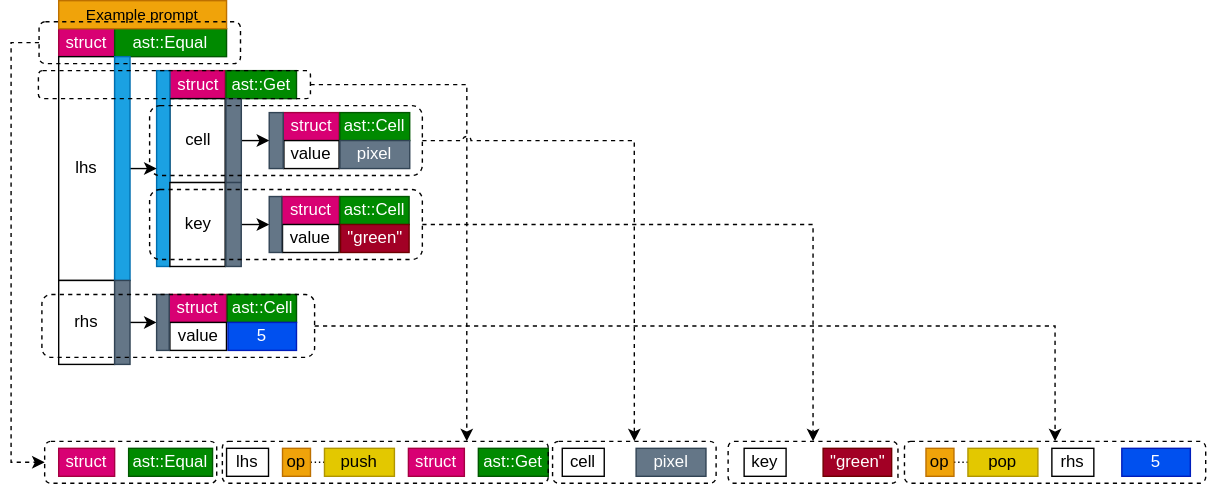
hun-nemethpeter/InfoCell keeps this draw.io diagram as doc/diagrams/RequestExampleSerialized.svg. Above is the earlier version. Source tidied: cells renumbered, new cells last; positions are measured from the earlier drawing's top-left corner, leaving out a move shared by most shapes.
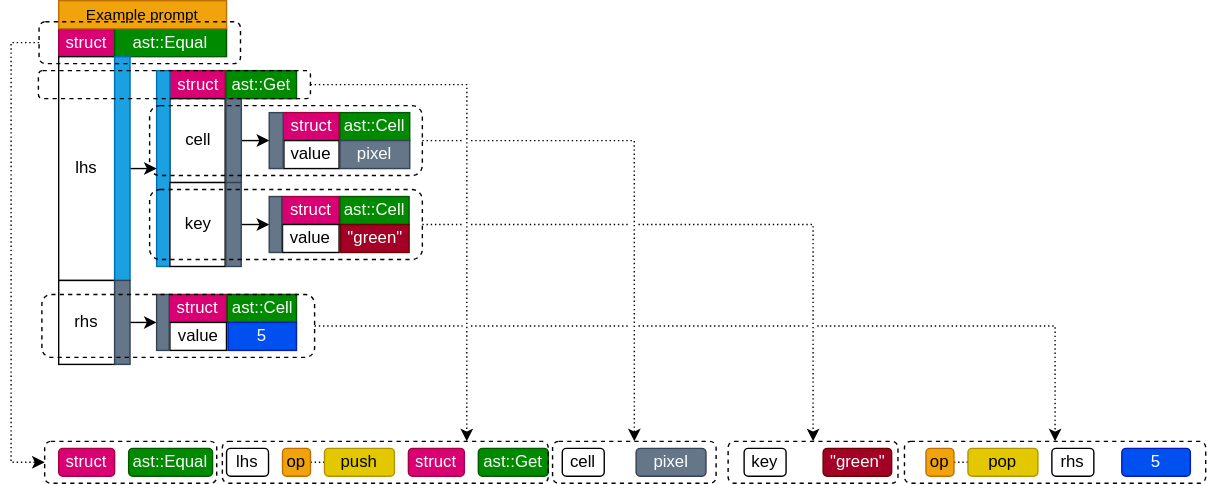
Later version of the same file.

What changed in the source:
```diff
@@ -101,58 +101,58 @@
     <mxCell id="34" style="rounded=0;whiteSpace=wrap;html=1;fontFamily=Helvetica;fontSize=11;fontColor=#ffffff;fillColor=#647687;strokeColor=#314354;" parent="1" vertex="1">
       <mxGeometry x="84" y="210" width="9" height="40" as="geometry" />
     </mxCell>
-    <mxCell id="35" value="struct" style="rounded=0;whiteSpace=wrap;html=1;fillColor=#d80073;fontColor=#ffffff;strokeColor=#A50040;" parent="1" vertex="1">
+    <mxCell id="35" value="struct" style="rounded=1;whiteSpace=wrap;html=1;fillColor=#d80073;fontColor=#ffffff;strokeColor=#A50040;" parent="1" vertex="1">
       <mxGeometry x="14" y="320" width="40" height="20" as="geometry" />
     </mxCell>
-    <mxCell id="36" value="ast::Equal" style="rounded=0;whiteSpace=wrap;html=1;fillColor=#008a00;fontColor=#ffffff;strokeColor=#005700;" parent="1" vertex="1">
+    <mxCell id="36" value="ast::Equal" style="rounded=1;whiteSpace=wrap;html=1;fillColor=#008a00;fontColor=#ffffff;strokeColor=#005700;" parent="1" vertex="1">
       <mxGeometry x="64" y="320" width="60" height="20" as="geometry" />
     </mxCell>
-    <mxCell id="37" value="cell" style="rounded=0;whiteSpace=wrap;html=1;" parent="1" vertex="1">
+    <mxCell id="37" value="cell" style="rounded=1;whiteSpace=wrap;html=1;" parent="1" vertex="1">
       <mxGeometry x="374" y="320" width="30" height="20" as="geometry" />
     </mxCell>
-    <mxCell id="38" value="key" style="rounded=0;whiteSpace=wrap;html=1;" parent="1" vertex="1">
+    <mxCell id="38" value="key" style="rounded=1;whiteSpace=wrap;html=1;" parent="1" vertex="1">
       <mxGeometry x="504" y="320" width="30" height="20" as="geometry" />
     </mxCell>
     <mxCell id="39" style="edgeStyle=orthogonalEdgeStyle;rounded=0;jettySize=auto;html=1;exitX=1;exitY=0.5;exitDx=0;exitDy=0;entryX=0;entryY=0.5;entryDx=0;entryDy=0;endArrow=none;endFill=0;dashed=1;dashPattern=1 2;" parent="1" edge="1" source="40" target="41">
       <mxGeometry relative="1" as="geometry" />
     </mxCell>
-    <mxCell id="40" value="op" style="rounded=0;whiteSpace=wrap;html=1;fillColor=#f0a30a;fontColor=#000000;strokeColor=#BD7000;" parent="1" vertex="1">
+    <mxCell id="40" value="op" style="rounded=1;whiteSpace=wrap;html=1;fillColor=#f0a30a;fontColor=#000000;strokeColor=#BD7000;" parent="1" vertex="1">
       <mxGeometry x="634" y="320" width="20" height="20" as="geometry" />
     </mxCell>
-    <mxCell id="41" value="pop" style="rounded=0;whiteSpace=wrap;html=1;fillColor=#e3c800;fontColor=#000000;strokeColor=#B09500;" parent="1" vertex="1">
+    <mxCell id="41" value="pop" style="rounded=1;whiteSpace=wrap;html=1;fillColor=#e3c800;fontColor=#000000;strokeColor=#B09500;" parent="1" vertex="1">
       <mxGeometry x="664" y="320" width="50" height="20" as="geometry" />
     </mxCell>
-    <mxCell id="42" value="rhs" style="rounded=0;whiteSpace=wrap;html=1;" parent="1" vertex="1">
+    <mxCell id="42" value="rhs" style="rounded=1;whiteSpace=wrap;html=1;" parent="1" vertex="1">
       <mxGeometry x="724" y="320" width="30" height="20" as="geometry" />
     </mxCell>
-    <mxCell id="43" value="struct" style="rounded=0;whiteSpace=wrap;html=1;fillColor=#d80073;fontColor=#ffffff;strokeColor=#A50040;" parent="1" vertex="1">
+    <mxCell id="43" value="struct" style="rounded=1;whiteSpace=wrap;html=1;fillColor=#d80073;fontColor=#ffffff;strokeColor=#A50040;" parent="1" vertex="1">
       <mxGeometry x="264" y="320" width="40" height="20" as="geometry" />
     </mxCell>
-    <mxCell id="44" value="ast::Get" style="rounded=0;whiteSpace=wrap;html=1;fillColor=#008a00;fontColor=#ffffff;strokeColor=#005700;" parent="1" vertex="1">
+    <mxCell id="44" value="ast::Get" style="rounded=1;whiteSpace=wrap;html=1;fillColor=#008a00;fontColor=#ffffff;strokeColor=#005700;" parent="1" vertex="1">
       <mxGeometry x="314" y="320" width="50" height="20" as="geometry" />
     </mxCell>
-    <mxCell id="45" value="lhs" style="rounded=0;whiteSpace=wrap;html=1;" parent="1" vertex="1">
+    <mxCell id="45" value="lhs" style="rounded=1;whiteSpace=wrap;html=1;" parent="1" vertex="1">
       <mxGeometry x="134" y="320" width="30" height="20" as="geometry" />
     </mxCell>
     <mxCell id="46" style="edgeStyle=orthogonalEdgeStyle;rounded=0;jettySize=auto;html=1;exitX=1;exitY=0.5;exitDx=0;exitDy=0;entryX=0;entryY=0.5;entryDx=0;entryDy=0;endArrow=none;endFill=0;dashed=1;dashPattern=1 2;" parent="1" edge="1" source="47" target="48">
       <mxGeometry relative="1" as="geometry" />
     </mxCell>
-    <mxCell id="47" value="op" style="rounded=0;whiteSpace=wrap;html=1;fillColor=#f0a30a;fontColor=#000000;strokeColor=#BD7000;" parent="1" vertex="1">
+    <mxCell id="47" value="op" style="rounded=1;whiteSpace=wrap;html=1;fillColor=#f0a30a;fontColor=#000000;strokeColor=#BD7000;" parent="1" vertex="1">
       <mxGeometry x="174" y="320" width="20" height="20" as="geometry" />
     </mxCell>
-    <mxCell id="48" value="push" style="rounded=0;whiteSpace=wrap;html=1;fillColor=#e3c800;fontColor=#000000;strokeColor=#B09500;" parent="1" vertex="1">
+    <mxCell id="48" value="push" style="rounded=1;whiteSpace=wrap;html=1;fillColor=#e3c800;fontColor=#000000;strokeColor=#B09500;" parent="1" vertex="1">
       <mxGeometry x="204" y="320" width="50" height="20" as="geometry" />
     </mxCell>
-    <mxCell id="49" value="pixel" style="rounded=0;whiteSpace=wrap;html=1;fillColor=#647687;fontColor=#ffffff;strokeColor=#314354;" parent="1" vertex="1">
+    <mxCell id="49" value="pixel" style="rounded=1;whiteSpace=wrap;html=1;fillColor=#647687;fontColor=#ffffff;strokeColor=#314354;" parent="1" vertex="1">
       <mxGeometry x="426.8" y="320" width="49.9" height="20" as="geometry" />
     </mxCell>
-    <mxCell id="50" value="&quot;green&quot;" style="rounded=0;whiteSpace=wrap;html=1;fillColor=#a20025;fontColor=#ffffff;strokeColor=#6F0000;" parent="1" vertex="1">
+    <mxCell id="50" value="&quot;green&quot;" style="rounded=1;whiteSpace=wrap;html=1;fillColor=#a20025;fontColor=#ffffff;strokeColor=#6F0000;" parent="1" vertex="1">
       <mxGeometry x="560.5" y="320" width="49" height="20" as="geometry" />
     </mxCell>
-    <mxCell id="51" value="5" style="rounded=0;whiteSpace=wrap;html=1;fillColor=#0050ef;fontColor=#ffffff;strokeColor=#001DBC;" parent="1" vertex="1">
+    <mxCell id="51" value="5" style="rounded=1;whiteSpace=wrap;html=1;fillColor=#0050ef;fontColor=#ffffff;strokeColor=#001DBC;" parent="1" vertex="1">
       <mxGeometry x="774" y="320" width="49" height="20" as="geometry" />
     </mxCell>
-    <mxCell id="52" style="edgeStyle=orthogonalEdgeStyle;rounded=0;jettySize=auto;html=1;exitX=0;exitY=0.5;exitDx=0;exitDy=0;entryX=0;entryY=0.5;entryDx=0;entryDy=0;dashed=1;" parent="1" edge="1" source="53" target="54">
+    <mxCell id="52" style="edgeStyle=orthogonalEdgeStyle;rounded=0;jettySize=auto;html=1;exitX=0;exitY=0.5;exitDx=0;exitDy=0;entryX=0;entryY=0.5;entryDx=0;entryDy=0;dashed=1;dashPattern=1 2;" parent="1" edge="1" source="53" target="54">
       <mxGeometry relative="1" as="geometry" />
     </mxCell>
     <mxCell id="53" style="rounded=1;whiteSpace=wrap;html=1;fillColor=none;dashed=1;" parent="1" vertex="1">
@@ -161,7 +161,7 @@
     <mxCell id="54" style="rounded=1;whiteSpace=wrap;html=1;fillColor=none;dashed=1;" parent="1" vertex="1">
       <mxGeometry x="4" y="315" width="123" height="30" as="geometry" />
     </mxCell>
-    <mxCell id="55" style="edgeStyle=orthogonalEdgeStyle;rounded=0;jettySize=auto;html=1;exitX=1;exitY=0.5;exitDx=0;exitDy=0;entryX=0.75;entryY=0;entryDx=0;entryDy=0;dashed=1;" parent="1" edge="1" source="56" target="57">
+    <mxCell id="55" style="edgeStyle=orthogonalEdgeStyle;rounded=0;jettySize=auto;html=1;exitX=1;exitY=0.5;exitDx=0;exitDy=0;entryX=0.75;entryY=0;entryDx=0;entryDy=0;dashed=1;jumpStyle=gap;dashPattern=1 2;" parent="1" edge="1" source="56" target="57">
       <mxGeometry relative="1" as="geometry" />
     </mxCell>
     <mxCell id="56" style="rounded=1;whiteSpace=wrap;html=1;fillColor=none;dashed=1;" parent="1" vertex="1">
@@ -170,7 +170,7 @@
     <mxCell id="57" style="rounded=1;whiteSpace=wrap;html=1;fillColor=none;dashed=1;" parent="1" vertex="1">
       <mxGeometry x="131" y="315" width="233" height="30" as="geometry" />
     </mxCell>
-    <mxCell id="58" style="edgeStyle=orthogonalEdgeStyle;rounded=0;jettySize=auto;html=1;exitX=1;exitY=0.5;exitDx=0;exitDy=0;entryX=0.5;entryY=0;entryDx=0;entryDy=0;dashed=1;jumpStyle=arc;" parent="1" edge="1" source="59" target="60">
+    <mxCell id="58" style="edgeStyle=orthogonalEdgeStyle;rounded=0;jettySize=auto;html=1;exitX=1;exitY=0.5;exitDx=0;exitDy=0;entryX=0.5;entryY=0;entryDx=0;entryDy=0;dashed=1;jumpStyle=gap;dashPattern=1 2;" parent="1" edge="1" source="59" target="60">
       <mxGeometry relative="1" as="geometry" />
     </mxCell>
     <mxCell id="59" style="rounded=1;whiteSpace=wrap;html=1;fillColor=none;dashed=1;" parent="1" vertex="1">
@@ -179,13 +179,13 @@
     <mxCell id="60" style="rounded=1;whiteSpace=wrap;html=1;fillColor=none;dashed=1;" parent="1" vertex="1">
       <mxGeometry x="367.1" y="315" width="116.9" height="30" as="geometry" />
     </mxCell>
-    <mxCell id="61" style="edgeStyle=orthogonalEdgeStyle;rounded=0;jettySize=auto;html=1;exitX=1;exitY=0.5;exitDx=0;exitDy=0;dashed=1;" parent="1" edge="1" source="62" target="65">
+    <mxCell id="61" style="edgeStyle=orthogonalEdgeStyle;rounded=0;jettySize=auto;html=1;exitX=1;exitY=0.5;exitDx=0;exitDy=0;dashed=1;jumpStyle=gap;dashPattern=1 2;" parent="1" edge="1" source="62" target="65">
       <mxGeometry relative="1" as="geometry" />
     </mxCell>
     <mxCell id="62" style="rounded=1;whiteSpace=wrap;html=1;fillColor=none;dashed=1;" parent="1" vertex="1">
       <mxGeometry x="79" y="135" width="195" height="50" as="geometry" />
     </mxCell>
-    <mxCell id="63" style="edgeStyle=orthogonalEdgeStyle;rounded=0;jettySize=auto;html=1;exitX=1;exitY=0.5;exitDx=0;exitDy=0;entryX=0.5;entryY=0;entryDx=0;entryDy=0;dashed=1;" parent="1" edge="1" source="64" target="66">
+    <mxCell id="63" style="edgeStyle=orthogonalEdgeStyle;rounded=0;jettySize=auto;html=1;exitX=1;exitY=0.5;exitDx=0;exitDy=0;entryX=0.5;entryY=0;entryDx=0;entryDy=0;dashed=1;jumpStyle=gap;dashPattern=1 2;" parent="1" edge="1" source="64" target="66">
       <mxGeometry relative="1" as="geometry" />
     </mxCell>
     <mxCell id="64" style="rounded=1;whiteSpace=wrap;html=1;fillColor=none;dashed=1;" parent="1" vertex="1">
```
